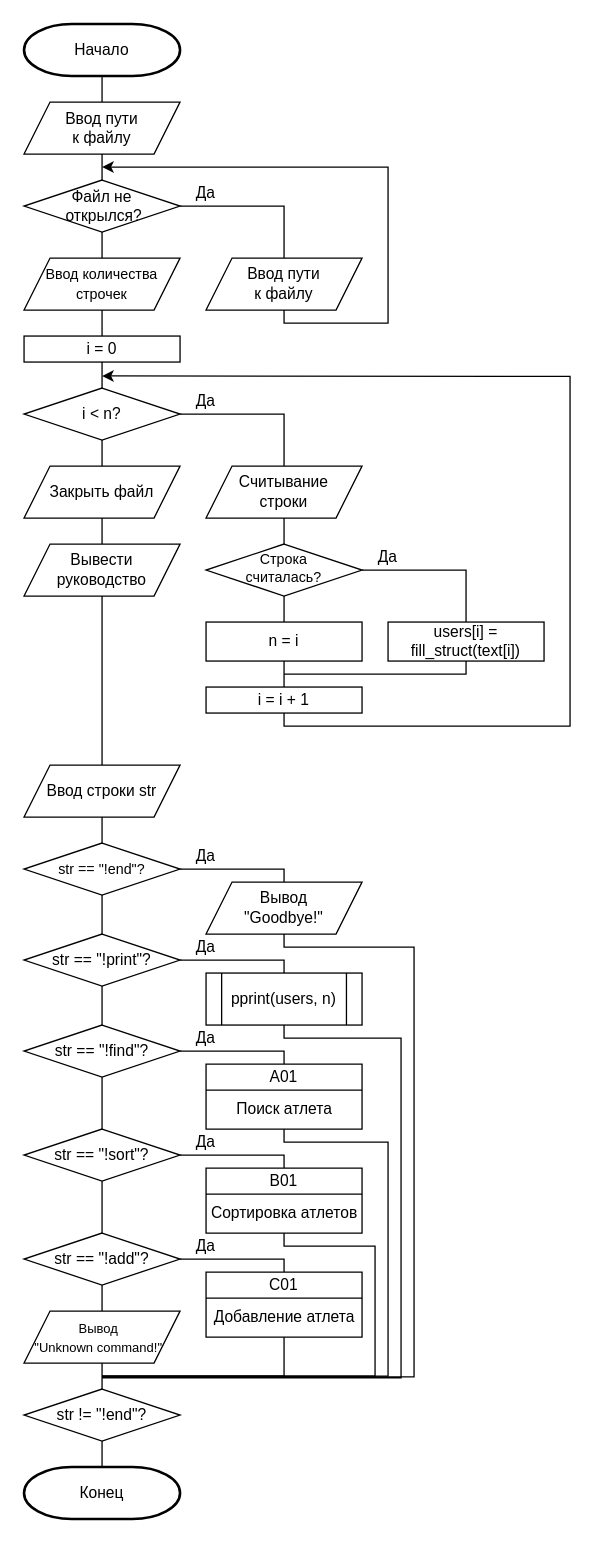
The draw.io diagram page "Main" (1 of 2) of images/Схема алгоритма.drawio in DexTver/LAB_07_14, before the edit. Source tidied: cells renumbered, new cells numbered last; positions are measured from the earlier drawing's top-left corner, leaving out a move shared by most shapes. Both pictures are drawn from the tidied source at 130%, with x=0, y=0 at pixel (23, 23).
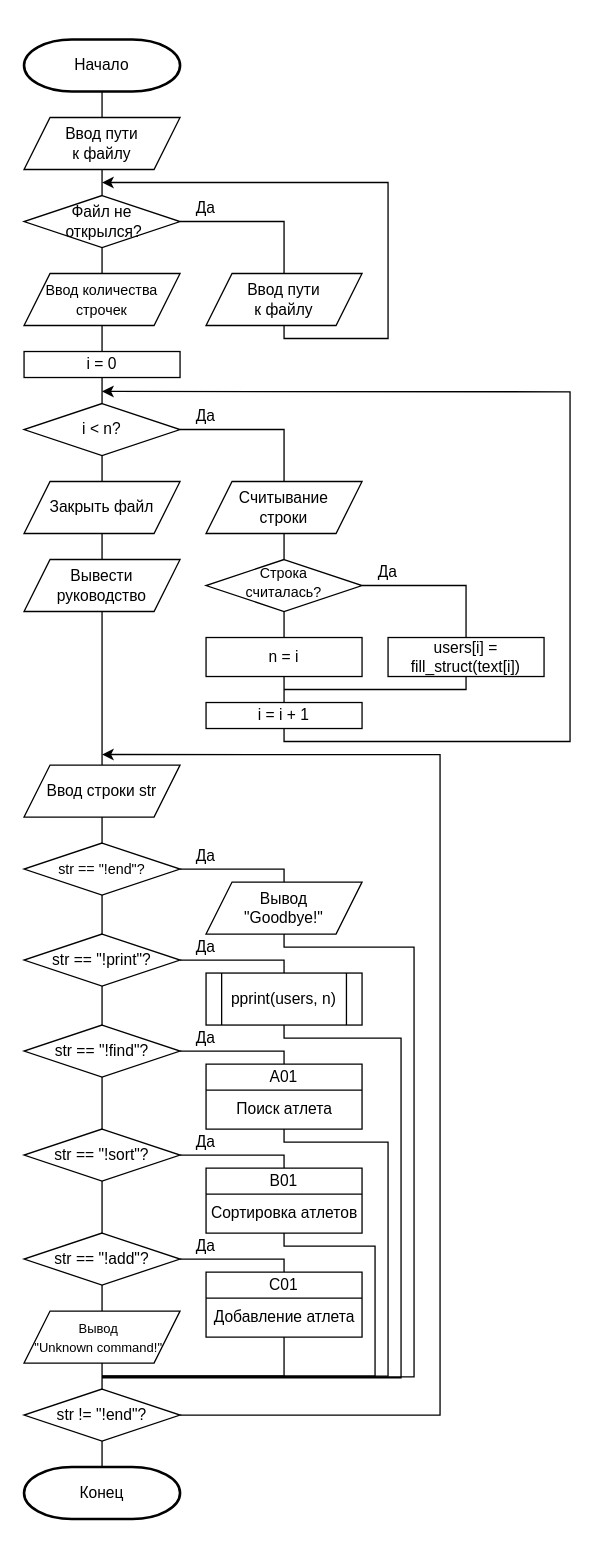
The same page after the edit.

The change refers to these unchanged cells:
```xml
<mxCell id="43" value="Вывод&lt;br&gt;&quot;Goodbye!&quot;" style="shape=parallelogram;perimeter=parallelogramPerimeter;whiteSpace=wrap;html=1;fixedSize=1;" parent="1" vertex="1">
  <mxGeometry x="140" y="660" width="120" height="40" as="geometry" />
</mxCell>
<mxCell id="45" value="str != &quot;!end&quot;?" style="strokeWidth=1;html=1;shape=mxgraph.flowchart.decision;whiteSpace=wrap;" parent="1" vertex="1">
  <mxGeometry y="1050" width="120" height="40" as="geometry" />
</mxCell>
```

What changed in the source:
```diff
@@
     <mxCell id="2" value="Начало" style="strokeWidth=2;html=1;shape=mxgraph.flowchart.terminator;whiteSpace=wrap;" parent="1" vertex="1">
-      <mxGeometry width="120" height="40" as="geometry" />
+      <mxGeometry y="11.9" width="120" height="40" as="geometry" />
     </mxCell>
     <mxCell id="3" value="Ввод пути&lt;br&gt;к файлу" style="shape=parallelogram;perimeter=parallelogramPerimeter;whiteSpace=wrap;html=1;fixedSize=1;" parent="1" vertex="1">
-      <mxGeometry y="60" width="120" height="40" as="geometry" />
+      <mxGeometry y="71.9" width="120" height="40" as="geometry" />
     </mxCell>
     <mxCell id="4" value="Файл не&lt;br&gt;&amp;nbsp;открылся?" style="strokeWidth=1;html=1;shape=mxgraph.flowchart.decision;whiteSpace=wrap;" parent="1" vertex="1">
-      <mxGeometry y="120" width="120" height="40" as="geometry" />
+      <mxGeometry y="131.9" width="120" height="40" as="geometry" />
     </mxCell>
     <mxCell id="5" value="Ввод пути&lt;br&gt;к файлу" style="shape=parallelogram;perimeter=parallelogramPerimeter;whiteSpace=wrap;html=1;fixedSize=1;" parent="1" vertex="1">
-      <mxGeometry x="140" y="180" width="120" height="40" as="geometry" />
+      <mxGeometry x="140" y="191.9" width="120" height="40" as="geometry" />
     </mxCell>
     <mxCell id="6" style="endArrow=classic;html=1;rounded=0;exitX=0.5;exitY=1;exitDx=0;exitDy=0;" parent="1" edge="1" source="5">
       <mxGeometry relative="1" as="geometry">
-        <mxPoint x="60" y="110" as="targetPoint" />
+        <mxPoint x="60" y="121.9" as="targetPoint" />
         <Array as="points">
-          <mxPoint x="200" y="230" />
-          <mxPoint x="280" y="230" />
-          <mxPoint x="280" y="110" />
+          <mxPoint x="200" y="241.9" />
+          <mxPoint x="280" y="241.9" />
+          <mxPoint x="280" y="121.9" />
         </Array>
       </mxGeometry>
     </mxCell>
@@
     <mxCell id="8" style="endArrow=none;html=1;rounded=0;entryX=1;entryY=0.5;entryDx=0;entryDy=0;entryPerimeter=0;exitX=0.5;exitY=0;exitDx=0;exitDy=0;" parent="1" edge="1" source="5" target="4">
       <mxGeometry relative="1" as="geometry">
         <Array as="points">
-          <mxPoint x="200" y="140" />
+          <mxPoint x="200" y="151.9" />
         </Array>
       </mxGeometry>
     </mxCell>
@@
     <mxCell id="11" value="&lt;font style=&quot;font-size: 11px;&quot;&gt;Ввод количества строчек&lt;/font&gt;" style="shape=parallelogram;perimeter=parallelogramPerimeter;whiteSpace=wrap;html=1;fixedSize=1;" parent="1" vertex="1">
-      <mxGeometry y="180" width="120" height="40" as="geometry" />
+      <mxGeometry y="191.9" width="120" height="40" as="geometry" />
     </mxCell>
     <mxCell id="12" value="Да" style="text;html=1;strokeColor=none;fillColor=none;align=center;verticalAlign=middle;whiteSpace=wrap;rounded=0;" parent="1" vertex="1">
-      <mxGeometry x="110" y="115" width="60" height="30" as="geometry" />
+      <mxGeometry x="110" y="126.9" width="60" height="30" as="geometry" />
     </mxCell>
     <mxCell id="13" value="i = 0" style="rounded=0;whiteSpace=wrap;html=1;" parent="1" vertex="1">
-      <mxGeometry y="240" width="120" height="20" as="geometry" />
+      <mxGeometry y="251.9" width="120" height="20" as="geometry" />
     </mxCell>
     <mxCell id="14" value="i &amp;lt; n?" style="strokeWidth=1;html=1;shape=mxgraph.flowchart.decision;whiteSpace=wrap;" parent="1" vertex="1">
-      <mxGeometry y="280" width="120" height="40" as="geometry" />
+      <mxGeometry y="291.9" width="120" height="40" as="geometry" />
     </mxCell>
     <mxCell id="15" value="&lt;p style=&quot;line-height: 110%;&quot;&gt;&lt;font style=&quot;font-size: 11px;&quot;&gt;Строка&lt;br&gt;считалась?&lt;/font&gt;&lt;/p&gt;" style="strokeWidth=1;html=1;shape=mxgraph.flowchart.decision;whiteSpace=wrap;spacingBottom=3;" parent="1" vertex="1">
-      <mxGeometry x="140" y="400" width="120" height="40" as="geometry" />
+      <mxGeometry x="140" y="411.9" width="120" height="40" as="geometry" />
     </mxCell>
     <mxCell id="16" value="Считывание&lt;br&gt;строки" style="shape=parallelogram;perimeter=parallelogramPerimeter;whiteSpace=wrap;html=1;fixedSize=1;" parent="1" vertex="1">
-      <mxGeometry x="140" y="340" width="120" height="40" as="geometry" />
+      <mxGeometry x="140" y="351.9" width="120" height="40" as="geometry" />
     </mxCell>
     <mxCell id="17" value="users[i] = fill_struct(text[i])" style="rounded=0;whiteSpace=wrap;html=1;" parent="1" vertex="1">
-      <mxGeometry x="280" y="460" width="120" height="30" as="geometry" />
+      <mxGeometry x="280" y="471.9" width="120" height="30" as="geometry" />
     </mxCell>
     <mxCell id="18" value="n = i" style="rounded=0;whiteSpace=wrap;html=1;" parent="1" vertex="1">
-      <mxGeometry x="140" y="460" width="120" height="30" as="geometry" />
+      <mxGeometry x="140" y="471.9" width="120" height="30" as="geometry" />
     </mxCell>
@@
     <mxCell id="21" style="endArrow=none;html=1;rounded=0;entryX=1;entryY=0.5;entryDx=0;entryDy=0;entryPerimeter=0;exitX=0.5;exitY=0;exitDx=0;exitDy=0;" parent="1" edge="1" source="16" target="14">
       <mxGeometry relative="1" as="geometry">
         <Array as="points">
-          <mxPoint x="200" y="300" />
+          <mxPoint x="200" y="311.9" />
         </Array>
       </mxGeometry>
     </mxCell>
@@
     <mxCell id="23" style="endArrow=none;html=1;rounded=0;entryX=1;entryY=0.5;entryDx=0;entryDy=0;entryPerimeter=0;exitX=0.5;exitY=0;exitDx=0;exitDy=0;" parent="1" edge="1" source="17" target="15">
       <mxGeometry relative="1" as="geometry">
         <Array as="points">
-          <mxPoint x="340" y="420" />
+          <mxPoint x="340" y="431.9" />
         </Array>
       </mxGeometry>
     </mxCell>
@@
     <mxCell id="26" value="i = i + 1" style="rounded=0;whiteSpace=wrap;html=1;" parent="1" vertex="1">
-      <mxGeometry x="140" y="510" width="120" height="20" as="geometry" />
+      <mxGeometry x="140" y="521.9" width="120" height="20" as="geometry" />
     </mxCell>
     <mxCell id="27" style="endArrow=none;html=1;rounded=0;entryX=0.5;entryY=1;entryDx=0;entryDy=0;" parent="1" edge="1" target="17">
       <mxGeometry relative="1" as="geometry">
-        <mxPoint x="200" y="500" as="sourcePoint" />
+        <mxPoint x="200" y="511.9" as="sourcePoint" />
         <Array as="points">
-          <mxPoint x="340" y="500" />
+          <mxPoint x="340" y="511.9" />
         </Array>
       </mxGeometry>
     </mxCell>
     <mxCell id="28" value="Да" style="text;html=1;strokeColor=none;fillColor=none;align=center;verticalAlign=middle;whiteSpace=wrap;rounded=0;" parent="1" vertex="1">
-      <mxGeometry x="110" y="275" width="60" height="30" as="geometry" />
+      <mxGeometry x="110" y="286.9" width="60" height="30" as="geometry" />
     </mxCell>
     <mxCell id="29" value="Да" style="text;html=1;strokeColor=none;fillColor=none;align=center;verticalAlign=middle;whiteSpace=wrap;rounded=0;" parent="1" vertex="1">
-      <mxGeometry x="250" y="395" width="60" height="30" as="geometry" />
+      <mxGeometry x="250" y="406.9" width="60" height="30" as="geometry" />
     </mxCell>
     <mxCell id="30" style="endArrow=classic;html=1;rounded=0;exitX=0.5;exitY=1;exitDx=0;exitDy=0;" parent="1" edge="1" source="26">
       <mxGeometry relative="1" as="geometry">
-        <mxPoint x="60" y="270.7" as="targetPoint" />
+        <mxPoint x="60" y="282.6" as="targetPoint" />
         <Array as="points">
-          <mxPoint x="200" y="540" />
-          <mxPoint x="420" y="540" />
-          <mxPoint x="420" y="271" />
+          <mxPoint x="200" y="551.9" />
+          <mxPoint x="420" y="551.9" />
+          <mxPoint x="420" y="282.9" />
         </Array>
       </mxGeometry>
     </mxCell>
     <mxCell id="31" value="Закрыть файл" style="shape=parallelogram;perimeter=parallelogramPerimeter;whiteSpace=wrap;html=1;fixedSize=1;" parent="1" vertex="1">
-      <mxGeometry y="340" width="120" height="40" as="geometry" />
+      <mxGeometry y="351.9" width="120" height="40" as="geometry" />
     </mxCell>
     <mxCell id="32" value="Вывести&lt;br&gt;руководство" style="shape=parallelogram;perimeter=parallelogramPerimeter;whiteSpace=wrap;html=1;fixedSize=1;" parent="1" vertex="1">
-      <mxGeometry y="400" width="120" height="40" as="geometry" />
+      <mxGeometry y="411.9" width="120" height="40" as="geometry" />
     </mxCell>
@@
     <mxCell id="42" style="edgeStyle=orthogonalEdgeStyle;rounded=0;jettySize=auto;html=1;endArrow=none;endFill=0;" parent="1" edge="1" source="43">
       <mxGeometry relative="1" as="geometry">
-        <mxPoint x="60" y="1040.6" as="targetPoint" />
+        <mxPoint x="60" y="1040.7" as="targetPoint" />
         <Array as="points">
           <mxPoint x="200" y="710" />
           <mxPoint x="300" y="710" />
           <mxPoint x="300" y="1041" />
         </Array>
       </mxGeometry>
     </mxCell>
@@
+    <mxCell id="76" style="endArrow=none;html=1;rounded=0;entryX=1;entryY=0.5;entryDx=0;entryDy=0;entryPerimeter=0;startArrow=classic;startFill=1;" parent="1" edge="1" target="45">
+      <mxGeometry relative="1" as="geometry">
+        <mxPoint x="60" y="561.9" as="sourcePoint" />
+        <Array as="points">
+          <mxPoint x="320" y="562" />
+          <mxPoint x="320" y="1070" />
+        </Array>
+      </mxGeometry>
+    </mxCell>
```
